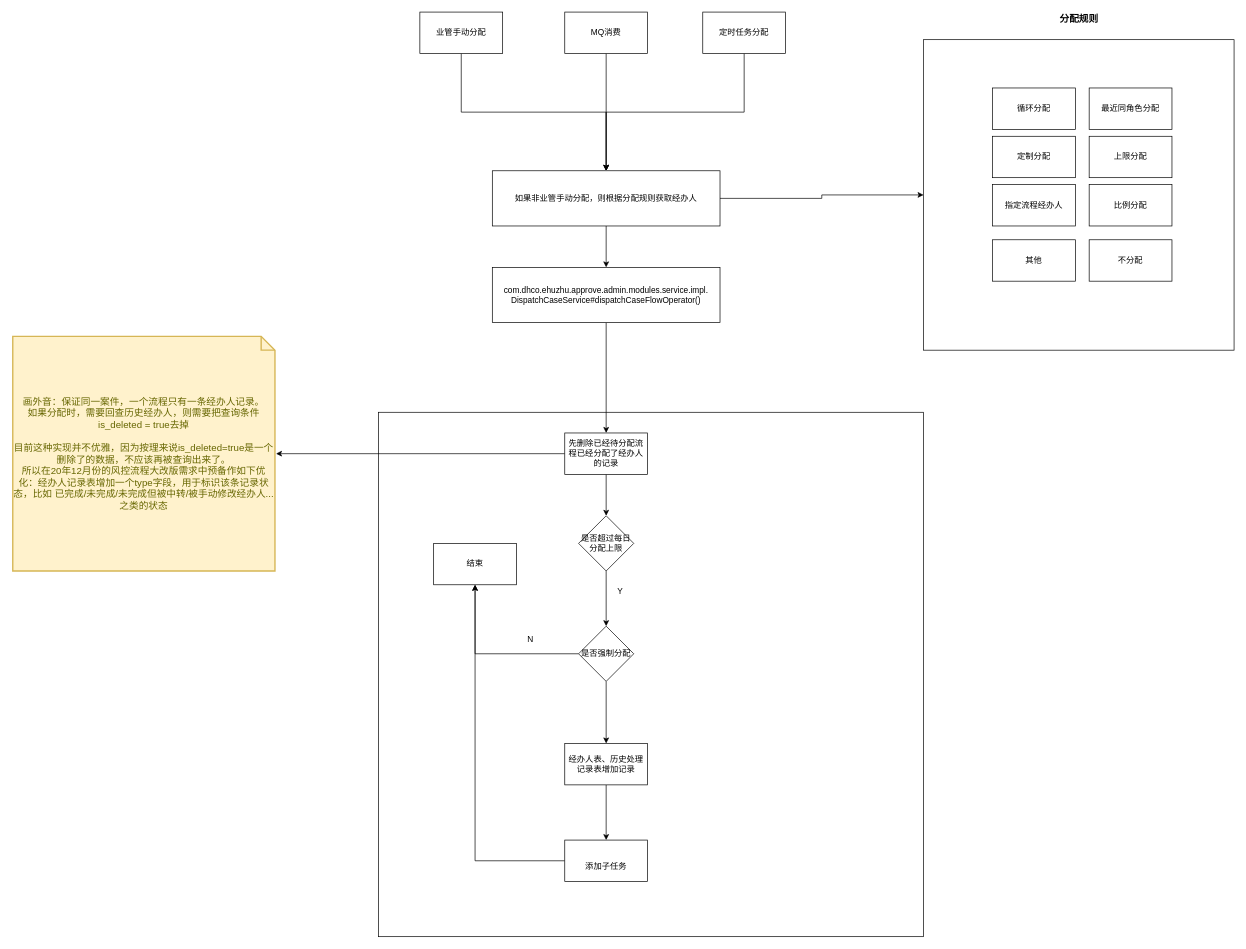
canonhuu/rm keeps this draw.io diagram as picture/案件分配经办人流程.drawio. Above is the earlier version. Source tidied: cells renumbered, new cells numbered last; positions are measured from the earlier drawing's top-left corner, leaving out a move shared by most shapes. Both pictures are drawn from the tidied source at 69%, with x=0, y=0 at pixel (12, 12).
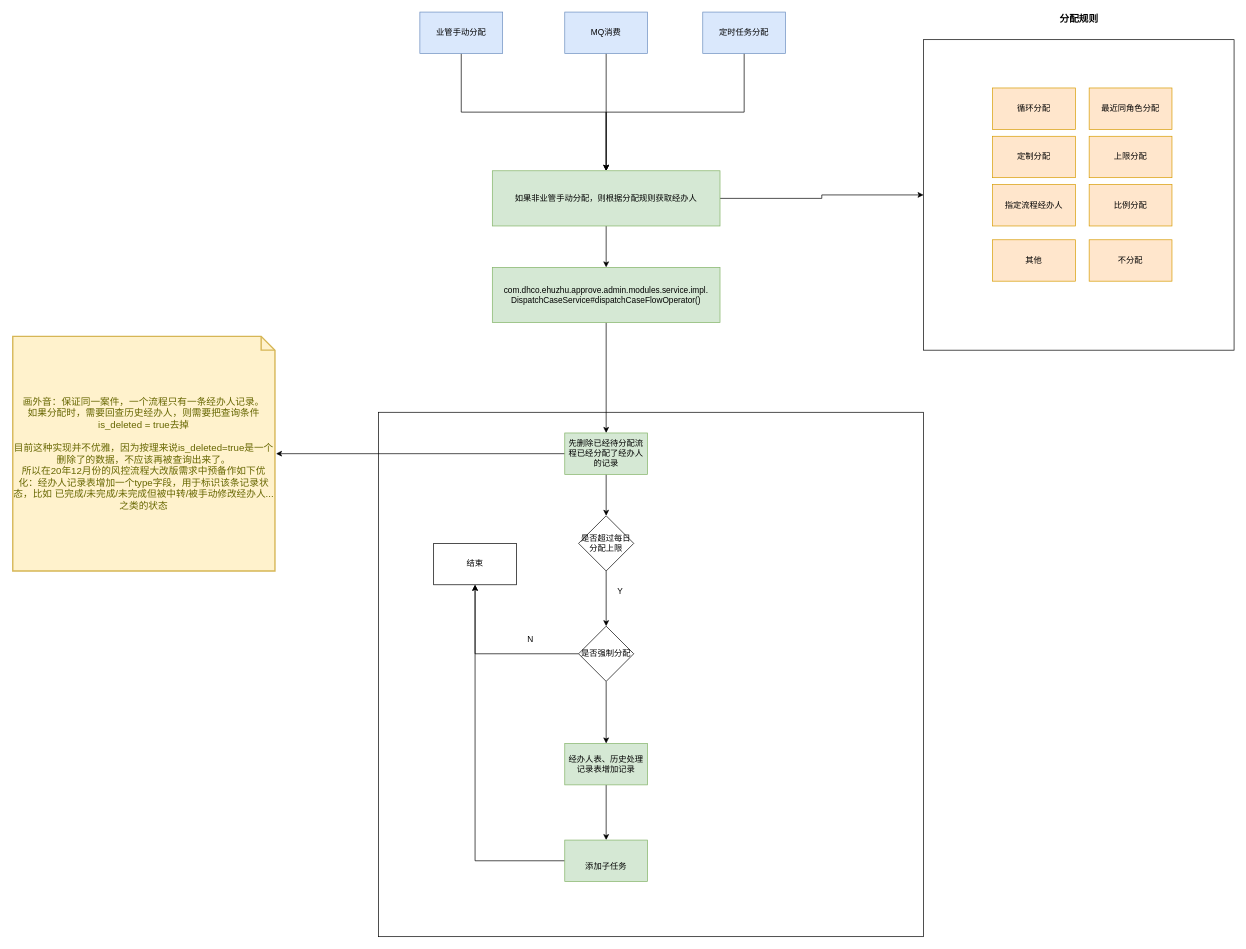
After the change.

Commit message (it also covers changes not shown here):
更新案件分配经办人流程.drawio

Diff of the diagram source:
```diff
@@
-    <mxCell id="5" value="业管手动分配" style="rounded=0;whiteSpace=wrap;html=1;" parent="1" vertex="1">
+    <mxCell id="5" value="业管手动分配" style="rounded=0;whiteSpace=wrap;html=1;fillColor=#dae8fc;strokeColor=#6c8ebf;" parent="1" vertex="1">
       <mxGeometry x="590" width="120" height="60" as="geometry" />
     </mxCell>
@@
-    <mxCell id="7" value="MQ消费" style="rounded=0;whiteSpace=wrap;html=1;" parent="1" vertex="1">
+    <mxCell id="7" value="MQ消费" style="rounded=0;whiteSpace=wrap;html=1;fillColor=#dae8fc;strokeColor=#6c8ebf;" parent="1" vertex="1">
       <mxGeometry x="800" width="120" height="60" as="geometry" />
     </mxCell>
@@
-    <mxCell id="9" value="定时任务分配" style="rounded=0;whiteSpace=wrap;html=1;" parent="1" vertex="1">
+    <mxCell id="9" value="定时任务分配" style="rounded=0;whiteSpace=wrap;html=1;fillColor=#dae8fc;strokeColor=#6c8ebf;" parent="1" vertex="1">
       <mxGeometry x="1000" width="120" height="60" as="geometry" />
     </mxCell>
@@
-    <mxCell id="12" value="如果非业管手动分配，则根据分配规则获取经办人" style="rounded=0;whiteSpace=wrap;html=1;" parent="1" vertex="1">
+    <mxCell id="12" value="如果非业管手动分配，则根据分配规则获取经办人" style="rounded=0;whiteSpace=wrap;html=1;fillColor=#d5e8d4;strokeColor=#82b366;" parent="1" vertex="1">
       <mxGeometry x="695" y="230" width="330" height="80" as="geometry" />
     </mxCell>
@@
-    <mxCell id="15" value="先删除已经待分配流程已经分配了经办人的记录" style="rounded=0;whiteSpace=wrap;html=1;" parent="1" vertex="1">
+    <mxCell id="15" value="先删除已经待分配流程已经分配了经办人的记录" style="rounded=0;whiteSpace=wrap;html=1;fillColor=#d5e8d4;strokeColor=#82b366;" parent="1" vertex="1">
       <mxGeometry x="800" y="610" width="120" height="60" as="geometry" />
     </mxCell>
@@
-    <mxCell id="25" value="经办人表、历史处理记录表增加记录" style="whiteSpace=wrap;html=1;" parent="1" vertex="1">
+    <mxCell id="25" value="经办人表、历史处理记录表增加记录" style="whiteSpace=wrap;html=1;fillColor=#d5e8d4;strokeColor=#82b366;" parent="1" vertex="1">
       <mxGeometry x="800" y="1060" width="120" height="60" as="geometry" />
     </mxCell>
@@
-    <mxCell id="27" value="&lt;br&gt;添加子任务&lt;br&gt;" style="whiteSpace=wrap;html=1;" parent="1" vertex="1">
+    <mxCell id="27" value="&lt;br&gt;添加子任务&lt;br&gt;" style="whiteSpace=wrap;html=1;fillColor=#d5e8d4;strokeColor=#82b366;" parent="1" vertex="1">
       <mxGeometry x="800" y="1200" width="120" height="60" as="geometry" />
     </mxCell>
@@
-    <mxCell id="30" value="&lt;div&gt;com.dhco.ehuzhu.approve.admin.modules.service.impl.&lt;/div&gt;&lt;div&gt;DispatchCaseService#dispatchCaseFlowOperator()&lt;/div&gt;" style="rounded=0;whiteSpace=wrap;html=1;" parent="1" vertex="1">
+    <mxCell id="30" value="&lt;div&gt;com.dhco.ehuzhu.approve.admin.modules.service.impl.&lt;/div&gt;&lt;div&gt;DispatchCaseService#dispatchCaseFlowOperator()&lt;/div&gt;" style="rounded=0;whiteSpace=wrap;html=1;fillColor=#d5e8d4;strokeColor=#82b366;" parent="1" vertex="1">
       <mxGeometry x="695" y="370" width="330" height="80" as="geometry" />
     </mxCell>
-    <mxCell id="31" value="循环分配" style="rounded=0;whiteSpace=wrap;html=1;" parent="1" vertex="1">
+    <mxCell id="31" value="循环分配" style="rounded=0;whiteSpace=wrap;html=1;fillColor=#ffe6cc;strokeColor=#d79b00;" parent="1" vertex="1">
       <mxGeometry x="1420" y="110" width="120" height="60" as="geometry" />
     </mxCell>
-    <mxCell id="32" value="定制分配" style="rounded=0;whiteSpace=wrap;html=1;" parent="1" vertex="1">
+    <mxCell id="32" value="定制分配" style="rounded=0;whiteSpace=wrap;html=1;fillColor=#ffe6cc;strokeColor=#d79b00;" parent="1" vertex="1">
       <mxGeometry x="1420" y="180" width="120" height="60" as="geometry" />
     </mxCell>
-    <mxCell id="33" value="上限分配" style="rounded=0;whiteSpace=wrap;html=1;" parent="1" vertex="1">
+    <mxCell id="33" value="上限分配" style="rounded=0;whiteSpace=wrap;html=1;fillColor=#ffe6cc;strokeColor=#d79b00;" parent="1" vertex="1">
       <mxGeometry x="1560" y="180" width="120" height="60" as="geometry" />
     </mxCell>
-    <mxCell id="34" value="最近同角色分配" style="rounded=0;whiteSpace=wrap;html=1;" parent="1" vertex="1">
+    <mxCell id="34" value="最近同角色分配" style="rounded=0;whiteSpace=wrap;html=1;fillColor=#ffe6cc;strokeColor=#d79b00;" parent="1" vertex="1">
       <mxGeometry x="1560" y="110" width="120" height="60" as="geometry" />
     </mxCell>
-    <mxCell id="35" value="指定流程经办人" style="rounded=0;whiteSpace=wrap;html=1;" parent="1" vertex="1">
+    <mxCell id="35" value="指定流程经办人" style="rounded=0;whiteSpace=wrap;html=1;fillColor=#ffe6cc;strokeColor=#d79b00;" parent="1" vertex="1">
       <mxGeometry x="1420" y="250" width="120" height="60" as="geometry" />
     </mxCell>
-    <mxCell id="36" value="其他" style="rounded=0;whiteSpace=wrap;html=1;" parent="1" vertex="1">
+    <mxCell id="36" value="其他" style="rounded=0;whiteSpace=wrap;html=1;fillColor=#ffe6cc;strokeColor=#d79b00;" parent="1" vertex="1">
       <mxGeometry x="1420" y="330" width="120" height="60" as="geometry" />
     </mxCell>
-    <mxCell id="37" value="不分配" style="rounded=0;whiteSpace=wrap;html=1;" parent="1" vertex="1">
+    <mxCell id="37" value="不分配" style="rounded=0;whiteSpace=wrap;html=1;fillColor=#ffe6cc;strokeColor=#d79b00;" parent="1" vertex="1">
       <mxGeometry x="1560" y="330" width="120" height="60" as="geometry" />
     </mxCell>
-    <mxCell id="38" value="比例分配" style="rounded=0;whiteSpace=wrap;html=1;" parent="1" vertex="1">
+    <mxCell id="38" value="比例分配" style="rounded=0;whiteSpace=wrap;html=1;fillColor=#ffe6cc;strokeColor=#d79b00;" parent="1" vertex="1">
       <mxGeometry x="1560" y="250" width="120" height="60" as="geometry" />
     </mxCell>
```
